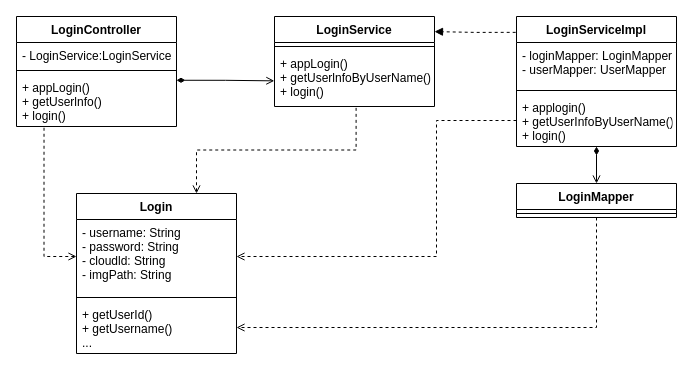
This is page "Page-24" (24 of 24) of Untitled Diagram.drawio from hongkingking/hkk, a draw.io file, before an edit. Source tidied: cells renumbered, new cells numbered last; positions are measured from the earlier drawing's top-left corner, leaving out a move shared by most shapes. Both pictures are drawn from the tidied source at 100%, with x=0, y=0 at pixel (16, 16).
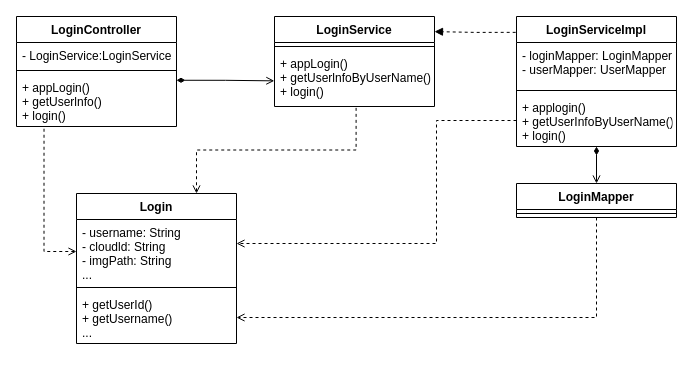
The same page after the edit.

Unchanged cells that the change refers to:
```xml
<mxCell id="22" value="+ applogin()&#10;+ getUserInfoByUserName()&#10;+ login()&#10;" style="text;strokeColor=none;fillColor=none;align=left;verticalAlign=top;spacingLeft=4;spacingRight=4;overflow=hidden;points=[[0,0.5],[1,0.5]];portConstraint=eastwest;" parent="19" vertex="1">
  <mxGeometry y="78" width="160" height="52" as="geometry" />
</mxCell>
```

What changed in the source:
```diff
@@
     <mxCell id="12" value="Login" style="swimlane;fontStyle=1;align=center;verticalAlign=top;horizontal=1;startSize=26;" parent="1" vertex="1">
-      <mxGeometry x="60" y="177" width="160" height="160" as="geometry" />
+      <mxGeometry x="60" y="177" width="160" height="150" as="geometry" />
     </mxCell>
-    <mxCell id="13" value="- username: String&#10;- password: String&#10;- cloudld: String&#10;- imgPath: String" style="text;strokeColor=none;fillColor=none;align=left;verticalAlign=top;spacingLeft=4;spacingRight=4;overflow=hidden;points=[[0,0.5],[1,0.5]];portConstraint=eastwest;" parent="12" vertex="1">
-      <mxGeometry y="26" width="160" height="74" as="geometry" />
+    <mxCell id="13" value="- username: String&#10;- cloudld: String&#10;- imgPath: String&#10;..." style="text;strokeColor=none;fillColor=none;align=left;verticalAlign=top;spacingLeft=4;spacingRight=4;overflow=hidden;points=[[0,0.5],[1,0.5]];portConstraint=eastwest;" parent="12" vertex="1">
+      <mxGeometry y="26" width="160" height="64" as="geometry" />
     </mxCell>
     <mxCell id="14" style="line;strokeWidth=1;fillColor=none;align=left;verticalAlign=middle;spacingTop=-1;spacingLeft=3;spacingRight=3;labelPosition=right;" parent="12" vertex="1">
-      <mxGeometry y="100" width="160" height="8" as="geometry" />
+      <mxGeometry y="90" width="160" height="8" as="geometry" />
     </mxCell>
     <mxCell id="15" value="+ getUserId()&#10;+ getUsername()&#10;..." style="text;strokeColor=none;fillColor=none;align=left;verticalAlign=top;spacingLeft=4;spacingRight=4;overflow=hidden;points=[[0,0.5],[1,0.5]];portConstraint=eastwest;" parent="12" vertex="1">
-      <mxGeometry y="108" width="160" height="52" as="geometry" />
+      <mxGeometry y="98" width="160" height="52" as="geometry" />
     </mxCell>
@@
-    <mxCell id="18" style="edgeStyle=orthogonalEdgeStyle;rounded=0;jettySize=auto;html=1;startArrow=none;startFill=0;endArrow=open;endFill=0;dashed=1;entryX=1;entryY=0.5;entryDx=0;entryDy=0;" parent="1" edge="1" source="22" target="13">
+    <mxCell id="18" style="edgeStyle=orthogonalEdgeStyle;rounded=0;jettySize=auto;html=1;startArrow=none;startFill=0;endArrow=open;endFill=0;dashed=1;entryX=1;entryY=0.375;entryDx=0;entryDy=0;entryPerimeter=0;" parent="1" edge="1" source="22" target="13">
       <mxGeometry relative="1" as="geometry">
         <Array as="points">
           <mxPoint x="420" y="104" />
-          <mxPoint x="420" y="240" />
+          <mxPoint x="420" y="227" />
         </Array>
       </mxGeometry>
     </mxCell>
```
